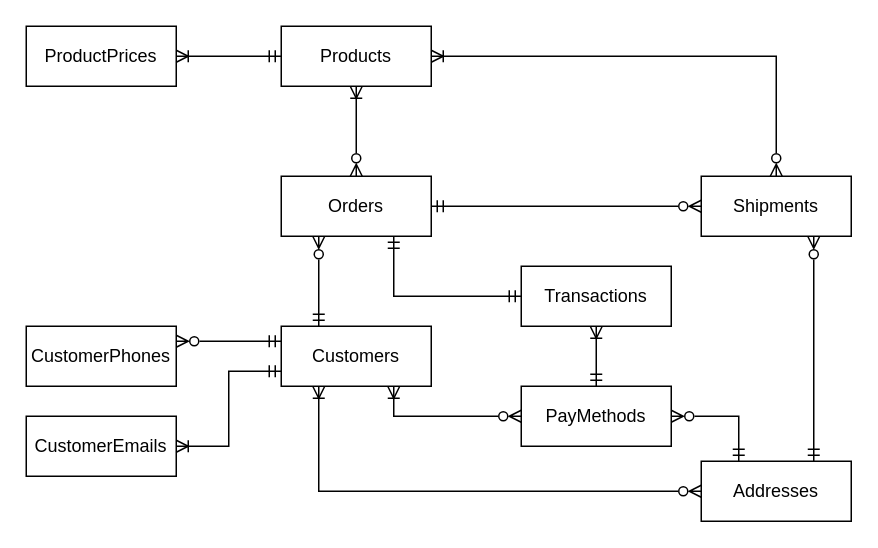
Before: db_design/cs340_final_erd.drawio in cjpdx-dev/cs340_database_project, a draw.io diagram. Source tidied: cells renumbered, new cells numbered last; positions are measured from the earlier drawing's top-left corner, leaving out a move shared by most shapes. Both pictures are drawn from the tidied source at 150%, with x=0, y=0 at pixel (26, 26).
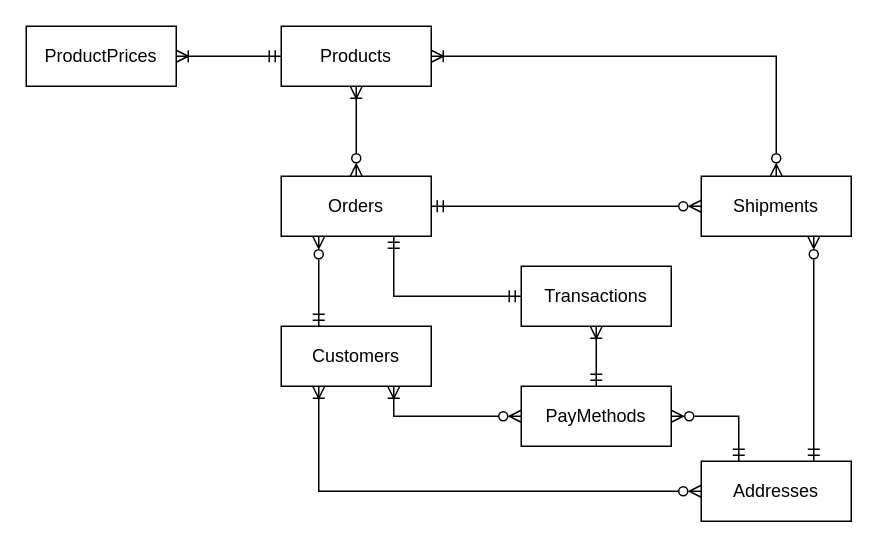
The same page after the edit.

Commit message (it also covers changes not shown here):
adding updated erd and schema to design directory

Unchanged cells that the change refers to:
```xml
<mxCell id="3" value="Customers" style="whiteSpace=wrap;html=1;align=center;" parent="1" vertex="1">
  <mxGeometry x="170" y="200" width="100" height="40" as="geometry" />
</mxCell>
```

Diff of the diagram source:
```diff
@@
-    <mxCell id="4" style="edgeStyle=orthogonalEdgeStyle;rounded=0;jettySize=auto;html=1;exitX=1;exitY=0.25;exitDx=0;exitDy=0;entryX=0;entryY=0.25;entryDx=0;entryDy=0;endArrow=ERmandOne;endFill=0;startArrow=ERzeroToMany;startFill=0;" parent="1" edge="1" source="5" target="3">
-      <mxGeometry relative="1" as="geometry" />
-    </mxCell>
-    <mxCell id="5" value="CustomerPhones" style="whiteSpace=wrap;html=1;align=center;" parent="1" vertex="1">
-      <mxGeometry y="200" width="100" height="40" as="geometry" />
-    </mxCell>
-    <mxCell id="6" style="edgeStyle=orthogonalEdgeStyle;rounded=0;jettySize=auto;html=1;exitX=1;exitY=0.5;exitDx=0;exitDy=0;entryX=0;entryY=0.75;entryDx=0;entryDy=0;endArrow=ERmandOne;endFill=0;startArrow=ERoneToMany;startFill=0;" parent="1" edge="1" source="7" target="3">
-      <mxGeometry relative="1" as="geometry" />
-    </mxCell>
-    <mxCell id="7" value="CustomerEmails" style="whiteSpace=wrap;html=1;align=center;" parent="1" vertex="1">
-      <mxGeometry y="260" width="100" height="40" as="geometry" />
-    </mxCell>
```
